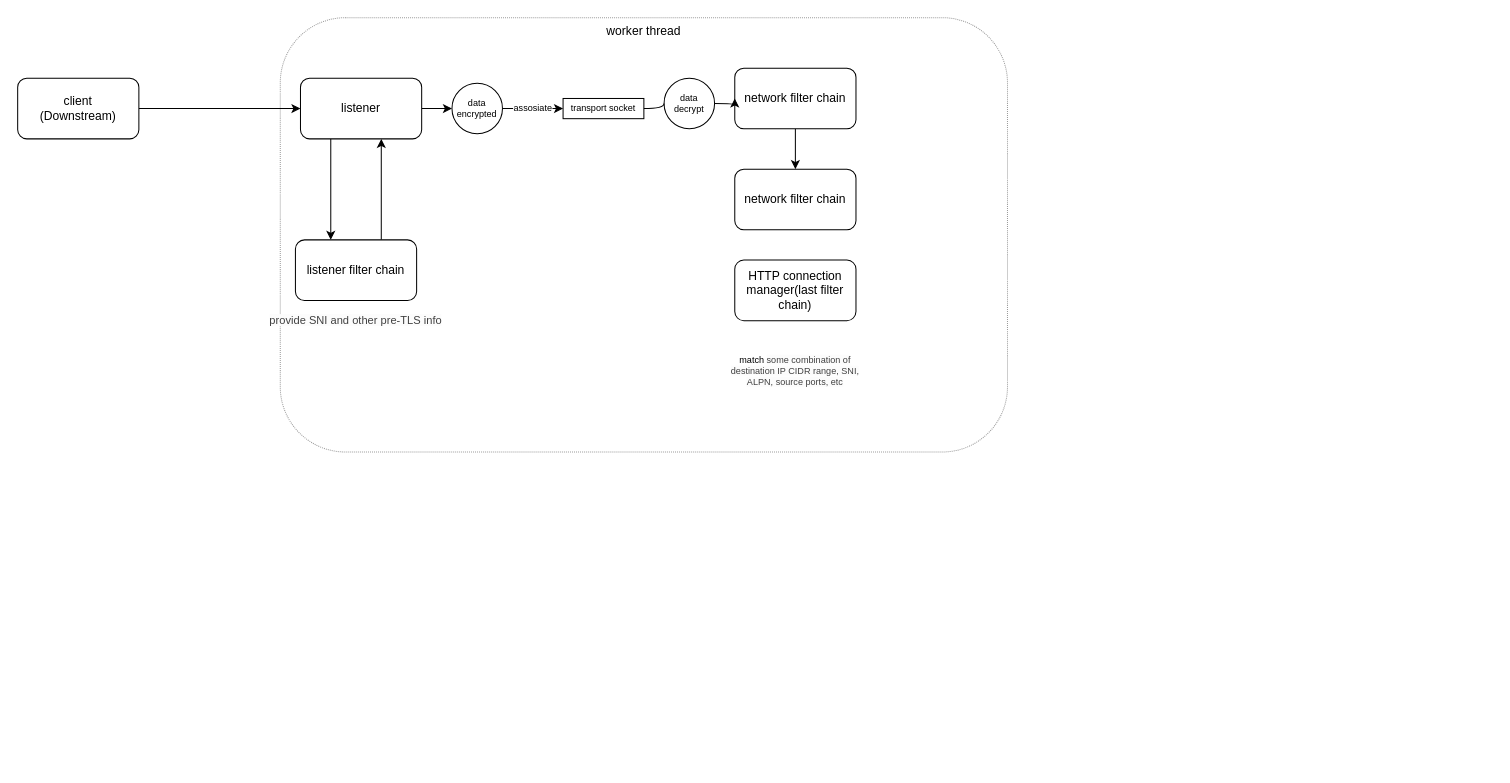
The draw.io diagram life of a request.drawio in xu1zhou/Documents, before the edit. Source tidied: cells renumbered, new cells numbered last; positions are measured from the earlier drawing's top-left corner, leaving out a move shared by most shapes. Both pictures are drawn from the tidied source at 101%, with x=0, y=0 at pixel (17, 17).
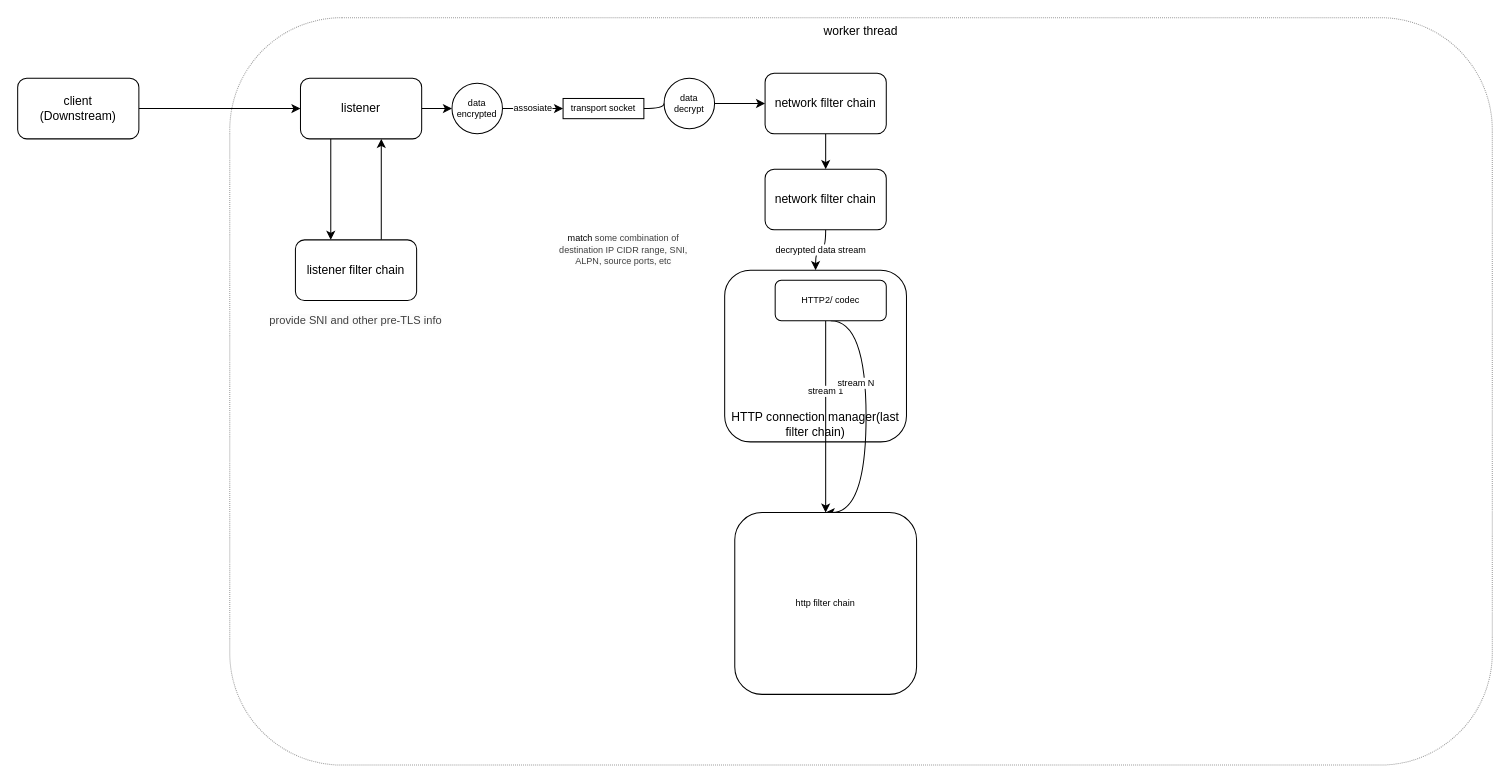
The same page after the edit.

Change to the diagram source:
```diff
@@
     <mxCell id="2" value="worker thread" style="rounded=1;whiteSpace=wrap;html=1;opacity=40;dashed=1;dashPattern=1 1;verticalAlign=top;" parent="1" vertex="1">
-      <mxGeometry x="260" width="720" height="430" as="geometry" />
+      <mxGeometry x="210" width="1250" height="740" as="geometry" />
     </mxCell>
@@
     <mxCell id="12" value="network filter chain" style="rounded=1;whiteSpace=wrap;html=1;verticalAlign=middle;" parent="1" vertex="1">
-      <mxGeometry x="710" y="50" width="120" height="60" as="geometry" />
+      <mxGeometry x="740" y="55" width="120" height="60" as="geometry" />
     </mxCell>
@@
+    <mxCell id="22" value="decrypted data stream" style="edgeStyle=orthogonalEdgeStyle;curved=1;rounded=0;jettySize=auto;html=1;fontSize=9;" parent="1" edge="1" source="14" target="15">
+      <mxGeometry relative="1" as="geometry" />
+    </mxCell>
     <mxCell id="14" value="network filter chain" style="rounded=1;whiteSpace=wrap;html=1;verticalAlign=middle;" parent="1" vertex="1">
-      <mxGeometry x="710" y="150" width="120" height="60" as="geometry" />
+      <mxGeometry x="740" y="150" width="120" height="60" as="geometry" />
     </mxCell>
-    <mxCell id="15" value="HTTP connection manager(last filter chain)" style="rounded=1;whiteSpace=wrap;html=1;verticalAlign=middle;" parent="1" vertex="1">
-      <mxGeometry x="710" y="240" width="120" height="60" as="geometry" />
+    <mxCell id="15" value="HTTP connection manager(last filter chain)" style="rounded=1;whiteSpace=wrap;html=1;verticalAlign=bottom;align=center;" parent="1" vertex="1">
+      <mxGeometry x="700" y="250" width="180" height="170" as="geometry" />
     </mxCell>
     <mxCell id="16" value="match&amp;nbsp;&lt;span style=&quot;color: rgb(64, 64, 64); font-size: 9px; font-style: normal; font-weight: 400; letter-spacing: normal; text-align: left; text-indent: 0px; text-transform: none; word-spacing: 0px; background-color: rgb(252, 252, 252); display: inline; float: none;&quot;&gt;some combination of destination IP CIDR range, SNI, ALPN, source ports, etc&lt;/span&gt;&lt;br style=&quot;font-size: 9px;&quot;&gt;" style="text;html=1;strokeColor=none;fillColor=none;align=center;verticalAlign=middle;whiteSpace=wrap;rounded=0;fontSize=9;" parent="1" vertex="1">
-      <mxGeometry x="700" y="340" width="140" height="20" as="geometry" />
+      <mxGeometry x="530" y="220" width="140" height="20" as="geometry" />
     </mxCell>
@@
+    <mxCell id="23" value="stream 1" style="edgeStyle=orthogonalEdgeStyle;curved=1;rounded=0;jettySize=auto;html=1;fontSize=9;" parent="1" edge="1" source="25" target="26">
+      <mxGeometry x="-0.26" relative="1" as="geometry">
+        <Array as="points">
+          <mxPoint x="800" y="450" />
+          <mxPoint x="800" y="450" />
+        </Array>
+      </mxGeometry>
+    </mxCell>
+    <mxCell id="24" value="stream N" style="edgeStyle=orthogonalEdgeStyle;curved=1;rounded=0;jettySize=auto;html=1;entryX=0.5;entryY=0;entryDx=0;entryDy=0;fontSize=9;exitX=0.5;exitY=1;exitDx=0;exitDy=0;" parent="1" edge="1" source="25" target="26">
+      <mxGeometry x="-0.27" y="-10" relative="1" as="geometry">
+        <Array as="points">
+          <mxPoint x="840" y="300" />
+          <mxPoint x="840" y="490" />
+        </Array>
+      </mxGeometry>
+    </mxCell>
+    <mxCell id="25" value="HTTP2/ codec" style="rounded=1;whiteSpace=wrap;html=1;fontSize=9;verticalAlign=middle;" parent="1" vertex="1">
+      <mxGeometry x="750" y="260" width="110" height="40" as="geometry" />
+    </mxCell>
+    <mxCell id="26" value="http filter chain" style="rounded=1;whiteSpace=wrap;html=1;fontSize=9;verticalAlign=middle;" parent="1" vertex="1">
+      <mxGeometry x="710" y="490" width="180" height="180" as="geometry" />
+    </mxCell>
```
